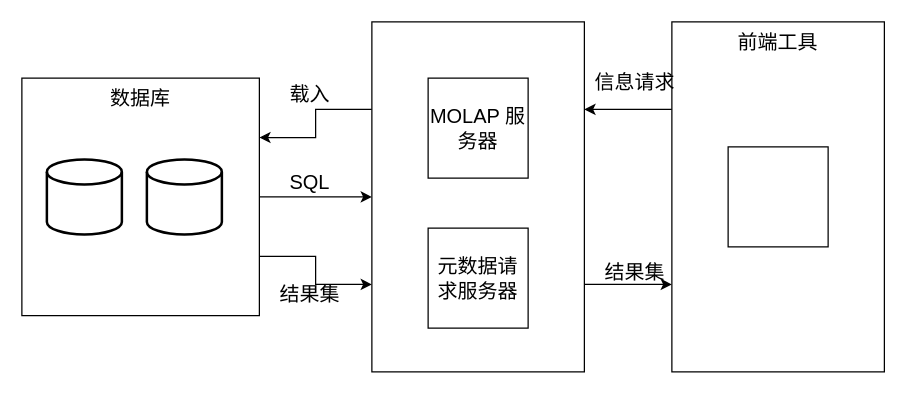
Above: MOLAP.drawio in rehoboan/Draw-Files (draw.io), before the change. Source tidied: cells renumbered, new cells numbered last; positions are measured from the earlier drawing's top-left corner, leaving out a move shared by most shapes. Both pictures are drawn from the tidied source at 125%, with x=0, y=0 at pixel (21, 21).
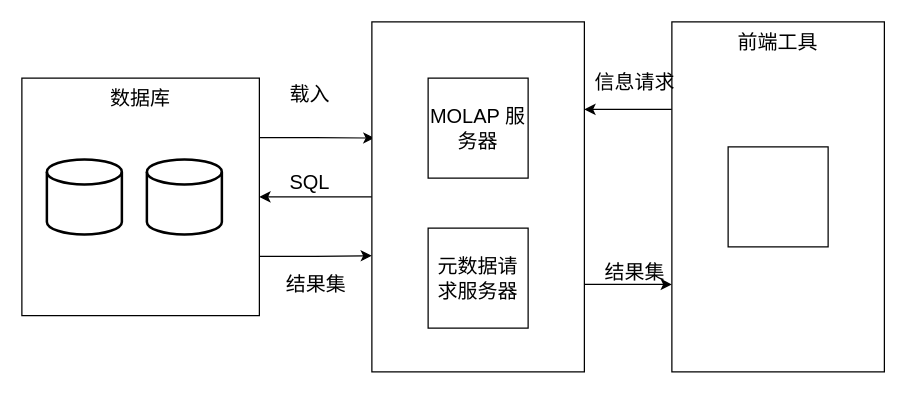
The same diagram, later.

Change to the diagram source:
```diff
@@
 <mxGraphModel>
   <root>
     <mxCell id="0" />
     <mxCell id="1" parent="0" />
-    <mxCell id="2" style="edgeStyle=orthogonalEdgeStyle;rounded=0;jettySize=auto;html=1;exitX=1;exitY=0.75;exitDx=0;exitDy=0;entryX=0;entryY=0.75;entryDx=0;entryDy=0;fontSize=16;" parent="1" edge="1" source="4" target="7">
-      <mxGeometry relative="1" as="geometry" />
-    </mxCell>
-    <mxCell id="3" style="edgeStyle=orthogonalEdgeStyle;rounded=0;jettySize=auto;html=1;exitX=1;exitY=0.5;exitDx=0;exitDy=0;entryX=0;entryY=0.5;entryDx=0;entryDy=0;fontSize=16;" parent="1" edge="1" source="4" target="7">
-      <mxGeometry relative="1" as="geometry" />
-    </mxCell>
+    <mxCell id="20" style="edgeStyle=orthogonalEdgeStyle;rounded=0;jettySize=auto;html=1;exitX=1;exitY=0.25;exitDx=0;exitDy=0;entryX=0.012;entryY=0.332;entryDx=0;entryDy=0;entryPerimeter=0;" parent="1" edge="1" source="4" target="7">
+      <mxGeometry relative="1" as="geometry" />
+    </mxCell>
+    <mxCell id="21" style="edgeStyle=orthogonalEdgeStyle;rounded=0;jettySize=auto;html=1;exitX=1;exitY=0.75;exitDx=0;exitDy=0;entryX=0;entryY=0.668;entryDx=0;entryDy=0;entryPerimeter=0;" parent="1" edge="1" source="4" target="7">
+      <mxGeometry relative="1" as="geometry" />
+    </mxCell>
     <mxCell id="4" value="&lt;div style=&quot;font-size: 16px;&quot;&gt;数据库&lt;/div&gt;" style="whiteSpace=wrap;html=1;align=center;horizontal=1;fontStyle=0;verticalAlign=top;fontSize=16;" parent="1" vertex="1">
       <mxGeometry y="45" width="190" height="190" as="geometry" />
     </mxCell>
     <mxCell id="5" style="edgeStyle=orthogonalEdgeStyle;rounded=0;jettySize=auto;html=1;exitX=1;exitY=0.75;exitDx=0;exitDy=0;entryX=0;entryY=0.75;entryDx=0;entryDy=0;fontSize=16;" parent="1" edge="1" source="7" target="9">
       <mxGeometry relative="1" as="geometry" />
     </mxCell>
-    <mxCell id="6" style="edgeStyle=orthogonalEdgeStyle;rounded=0;jettySize=auto;html=1;exitX=0;exitY=0.25;exitDx=0;exitDy=0;entryX=1;entryY=0.25;entryDx=0;entryDy=0;fontSize=16;" parent="1" edge="1" source="7" target="4">
+    <mxCell id="6" style="edgeStyle=orthogonalEdgeStyle;rounded=0;jettySize=auto;html=1;exitX=0;exitY=0.5;exitDx=0;exitDy=0;entryX=1;entryY=0.5;entryDx=0;entryDy=0;" parent="1" edge="1" source="7" target="4">
       <mxGeometry relative="1" as="geometry" />
     </mxCell>
     <mxCell id="7" style="rounded=0;whiteSpace=wrap;html=1;fontSize=16;" parent="1" vertex="1">
       <mxGeometry x="280" width="170" height="280" as="geometry" />
     </mxCell>
     <mxCell id="8" style="edgeStyle=orthogonalEdgeStyle;rounded=0;jettySize=auto;html=1;exitX=0;exitY=0.25;exitDx=0;exitDy=0;entryX=1;entryY=0.25;entryDx=0;entryDy=0;fontSize=16;" parent="1" edge="1" source="9" target="7">
       <mxGeometry relative="1" as="geometry" />
     </mxCell>
     <mxCell id="9" value="前端工具" style="rounded=0;whiteSpace=wrap;html=1;fontSize=16;horizontal=1;verticalAlign=top;" parent="1" vertex="1">
       <mxGeometry x="520" width="170" height="280" as="geometry" />
     </mxCell>
     <mxCell id="10" value="MOLAP 服务器" style="whiteSpace=wrap;html=1;fontSize=16;" parent="1" vertex="1">
       <mxGeometry x="325" y="45" width="80" height="80" as="geometry" />
     </mxCell>
     <mxCell id="11" value="元数据请求服务器" style="whiteSpace=wrap;html=1;fontSize=16;" parent="1" vertex="1">
       <mxGeometry x="325" y="165" width="80" height="80" as="geometry" />
     </mxCell>
     <mxCell id="12" style="whiteSpace=wrap;html=1;fontSize=16;horizontal=0;verticalAlign=top;" parent="1" vertex="1">
       <mxGeometry x="565" y="100" width="80" height="80" as="geometry" />
     </mxCell>
     <mxCell id="13" style="strokeWidth=2;html=1;shape=mxgraph.flowchart.database;whiteSpace=wrap;fontSize=16;" parent="1" vertex="1">
       <mxGeometry x="100" y="110" width="60" height="60" as="geometry" />
     </mxCell>
     <mxCell id="14" style="strokeWidth=2;html=1;shape=mxgraph.flowchart.database;whiteSpace=wrap;fontSize=16;" parent="1" vertex="1">
       <mxGeometry x="20" y="110" width="60" height="60" as="geometry" />
     </mxCell>
     <mxCell id="15" value="信息请求" style="text;html=1;align=center;verticalAlign=middle;strokeColor=none;fillColor=none;fontSize=16;" parent="1" vertex="1">
       <mxGeometry x="445" y="33" width="90" height="30" as="geometry" />
     </mxCell>
     <mxCell id="16" value="结果集" style="text;html=1;align=center;verticalAlign=middle;strokeColor=none;fillColor=none;fontSize=16;" parent="1" vertex="1">
       <mxGeometry x="455" y="185" width="70" height="30" as="geometry" />
     </mxCell>
     <mxCell id="17" value="SQL" style="text;html=1;align=center;verticalAlign=middle;strokeColor=none;fillColor=none;fontSize=16;" parent="1" vertex="1">
       <mxGeometry x="200" y="113" width="60" height="30" as="geometry" />
     </mxCell>
     <mxCell id="18" value="载入" style="text;html=1;align=center;verticalAlign=middle;strokeColor=none;fillColor=none;fontSize=16;" parent="1" vertex="1">
       <mxGeometry x="200" y="43" width="60" height="30" as="geometry" />
     </mxCell>
     <mxCell id="19" value="结果集" style="text;html=1;align=center;verticalAlign=middle;strokeColor=none;fillColor=none;fontSize=16;" parent="1" vertex="1">
-      <mxGeometry x="195" y="203" width="70" height="30" as="geometry" />
+      <mxGeometry x="200" y="195" width="70" height="30" as="geometry" />
     </mxCell>
   </root>
 </mxGraphModel>
```
